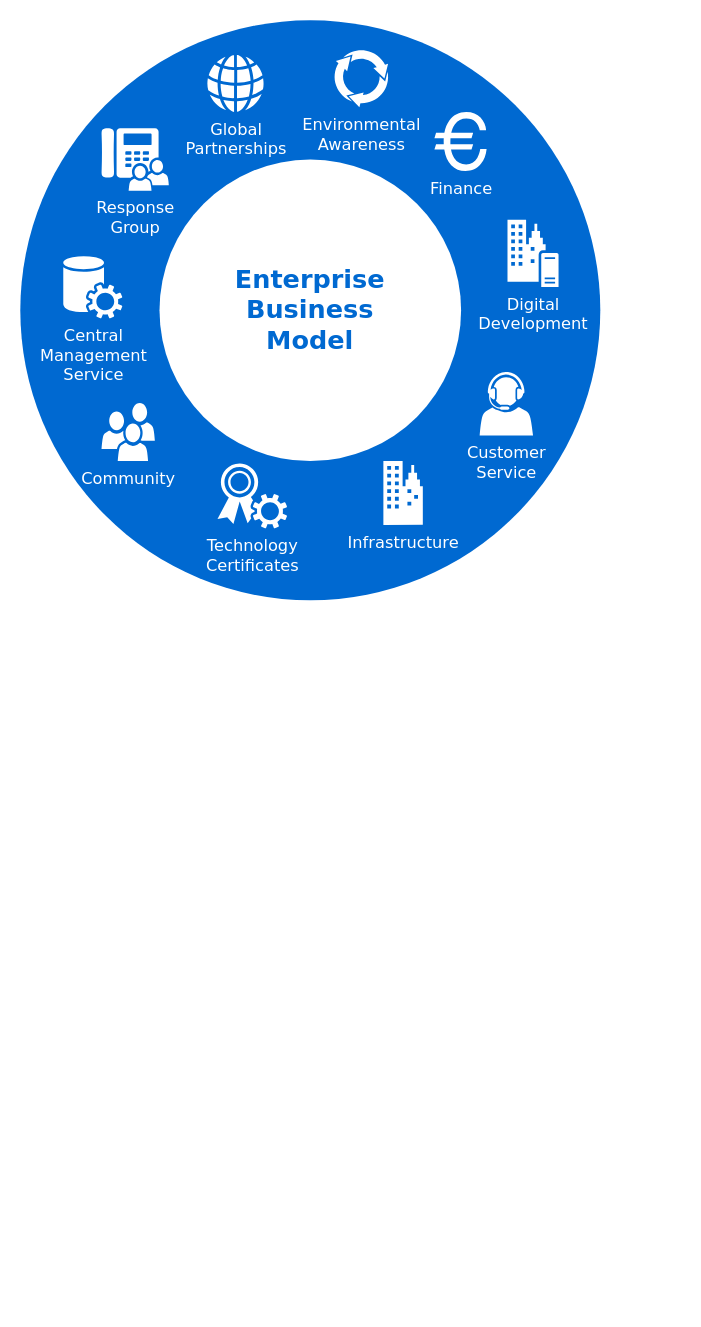
chrvip/bxBakUI keeps this draw.io diagram as Untitled Diagram.drawio. Above is the earlier version. Source tidied: cells renumbered, new cells numbered last; positions are measured from the earlier drawing's top-left corner, leaving out a move shared by most shapes. Both pictures are drawn from the tidied source at 116%, with x=0, y=0 at pixel (20, 20).
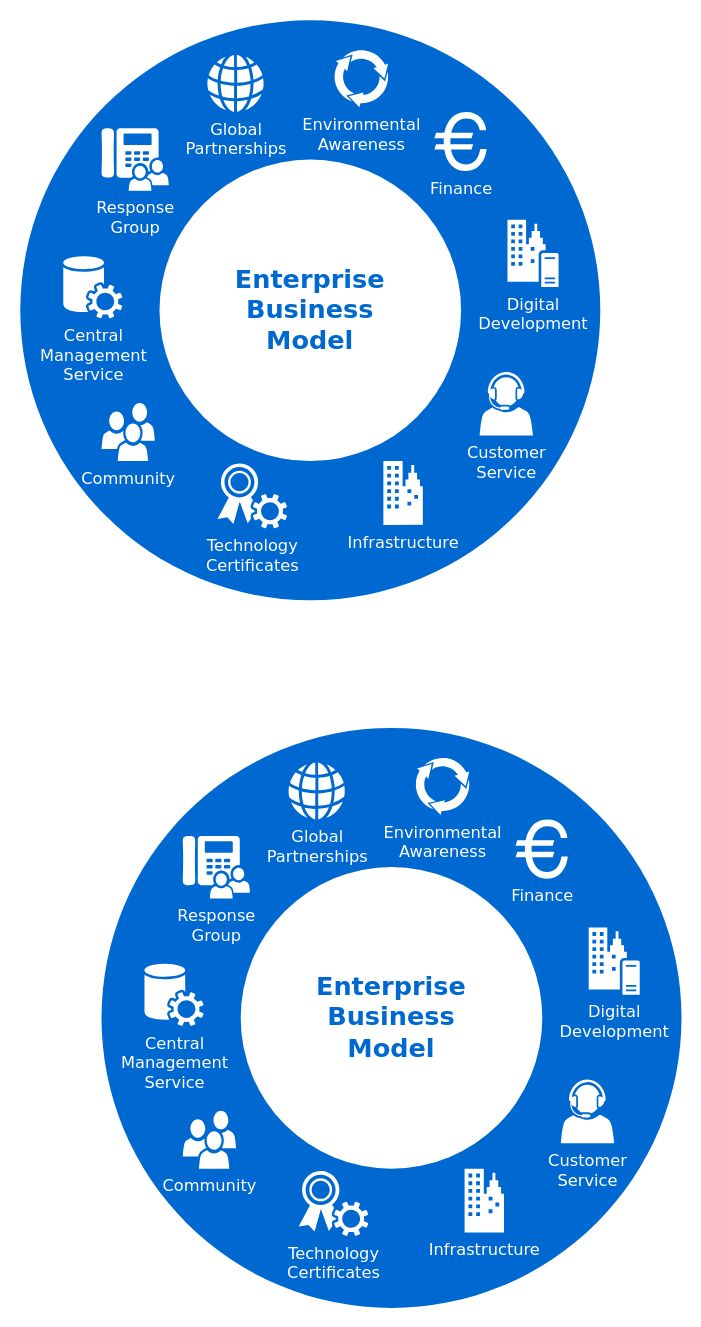
The same page after the edit.

Change to the diagram source:
```diff
@@
+    <mxCell id="14" style="group;" parent="1" vertex="1">
+      <mxGeometry x="70" y="610" width="500" height="500" as="geometry" />
+    </mxCell>
+    <mxCell id="15" style="ellipse;whiteSpace=wrap;html=1;rounded=0;shadow=0;comic=0;strokeWidth=1;fontFamily=Verdana;fontSize=14;strokeColor=none;fillColor=#0069D1;" parent="14" vertex="1">
+      <mxGeometry width="500" height="500" as="geometry" />
+    </mxCell>
+    <mxCell id="16" value="Enterprise&lt;div&gt;Business&lt;/div&gt;&lt;div&gt;Model&lt;/div&gt;" style="ellipse;whiteSpace=wrap;html=1;rounded=0;shadow=0;comic=0;strokeWidth=1;fontFamily=Verdana;fontSize=22;strokeColor=none;fillColor=#ffffff;fontColor=#0069D1;fontStyle=1;" parent="14" vertex="1">
+      <mxGeometry x="120" y="120" width="260" height="260" as="geometry" />
+    </mxCell>
+    <mxCell id="17" value="Community" style="shadow=0;dashed=0;html=1;strokeColor=none;fillColor=#ffffff;labelPosition=center;verticalLabelPosition=bottom;verticalAlign=top;shape=mxgraph.office.users.users;rounded=0;comic=0;fontFamily=Verdana;fontSize=14;fontColor=#FFFFFF;" parent="14" vertex="1">
+      <mxGeometry x="70" y="330" width="46" height="50" as="geometry" />
+    </mxCell>
+    <mxCell id="18" value="Customer&lt;div&gt;Service&lt;/div&gt;" style="shadow=0;dashed=0;html=1;strokeColor=none;fillColor=#ffffff;labelPosition=center;verticalLabelPosition=bottom;verticalAlign=top;shape=mxgraph.office.users.call_center_agent;rounded=0;comic=0;fontFamily=Verdana;fontSize=14;fontColor=#FFFFFF;" parent="14" vertex="1">
+      <mxGeometry x="396" y="303" width="46" height="55" as="geometry" />
+    </mxCell>
+    <mxCell id="19" value="Response&lt;div&gt;Group&lt;/div&gt;" style="shadow=0;dashed=0;html=1;strokeColor=none;fillColor=#ffffff;labelPosition=center;verticalLabelPosition=bottom;verticalAlign=top;shape=mxgraph.office.users.response_group;rounded=0;comic=0;fontFamily=Verdana;fontSize=14;fontColor=#FFFFFF;" parent="14" vertex="1">
+      <mxGeometry x="70" y="93" width="58" height="54" as="geometry" />
+    </mxCell>
+    <mxCell id="20" value="Central&lt;div&gt;Management&lt;/div&gt;&lt;div&gt;Service&lt;/div&gt;" style="shadow=0;dashed=0;html=1;strokeColor=none;fillColor=#ffffff;labelPosition=center;verticalLabelPosition=bottom;verticalAlign=top;shape=mxgraph.office.services.central_management_service;rounded=0;comic=0;fontFamily=Verdana;fontSize=14;fontColor=#FFFFFF;" parent="14" vertex="1">
+      <mxGeometry x="37" y="203" width="51" height="54" as="geometry" />
+    </mxCell>
+    <mxCell id="21" value="Digital&lt;div&gt;Development&lt;/div&gt;" style="shadow=0;dashed=0;html=1;strokeColor=none;fillColor=#ffffff;labelPosition=center;verticalLabelPosition=bottom;verticalAlign=top;shape=mxgraph.office.servers.on_premises_server;rounded=0;comic=0;fontFamily=Verdana;fontSize=14;fontColor=#FFFFFF;" parent="14" vertex="1">
+      <mxGeometry x="420" y="172" width="44" height="58" as="geometry" />
+    </mxCell>
+    <mxCell id="22" value="Technology&lt;div&gt;Certificates&lt;/div&gt;" style="shadow=0;dashed=0;html=1;strokeColor=none;fillColor=#ffffff;labelPosition=center;verticalLabelPosition=bottom;verticalAlign=top;shape=mxgraph.office.security.token_service;rounded=0;comic=0;fontFamily=Verdana;fontSize=14;fontColor=#FFFFFF;" parent="14" vertex="1">
+      <mxGeometry x="170" y="382" width="60" height="56" as="geometry" />
+    </mxCell>
+    <mxCell id="23" value="Infrastructure" style="shadow=0;dashed=0;html=1;strokeColor=none;fillColor=#ffffff;labelPosition=center;verticalLabelPosition=bottom;verticalAlign=top;shape=mxgraph.office.concepts.on_premises;rounded=0;comic=0;fontFamily=Verdana;fontSize=14;fontColor=#FFFFFF;" parent="14" vertex="1">
+      <mxGeometry x="313" y="380" width="34" height="55" as="geometry" />
+    </mxCell>
+    <mxCell id="24" value="Global&lt;div&gt;Partnerships&lt;/div&gt;" style="shadow=0;dashed=0;html=1;strokeColor=none;fillColor=#ffffff;labelPosition=center;verticalLabelPosition=bottom;verticalAlign=top;shape=mxgraph.office.concepts.globe_internet;rounded=0;comic=0;fontFamily=Verdana;fontSize=14;fontColor=#FFFFFF;" parent="14" vertex="1">
+      <mxGeometry x="161" y="30" width="49" height="49" as="geometry" />
+    </mxCell>
+    <mxCell id="25" value="Environmental&lt;div&gt;Awareness&lt;/div&gt;" style="shadow=0;dashed=0;html=1;strokeColor=none;shape=mxgraph.mscae.general.continuous_cycle;fillColor=#ffffff;rounded=0;comic=0;fontFamily=Verdana;fontSize=14;fontColor=#FFFFFF;verticalAlign=top;labelPosition=center;verticalLabelPosition=bottom;align=center;" parent="14" vertex="1">
+      <mxGeometry x="270" y="25" width="48" height="50" as="geometry" />
+    </mxCell>
+    <mxCell id="26" value="Finance" style="shape=mxgraph.signs.travel.euro;html=1;fillColor=#ffffff;strokeColor=none;verticalLabelPosition=bottom;verticalAlign=top;align=center;rounded=0;shadow=0;dashed=0;comic=0;fontFamily=Verdana;fontSize=14;fontColor=#FFFFFF;" parent="14" vertex="1">
+      <mxGeometry x="357" y="79" width="45" height="51" as="geometry" />
+    </mxCell>
```
